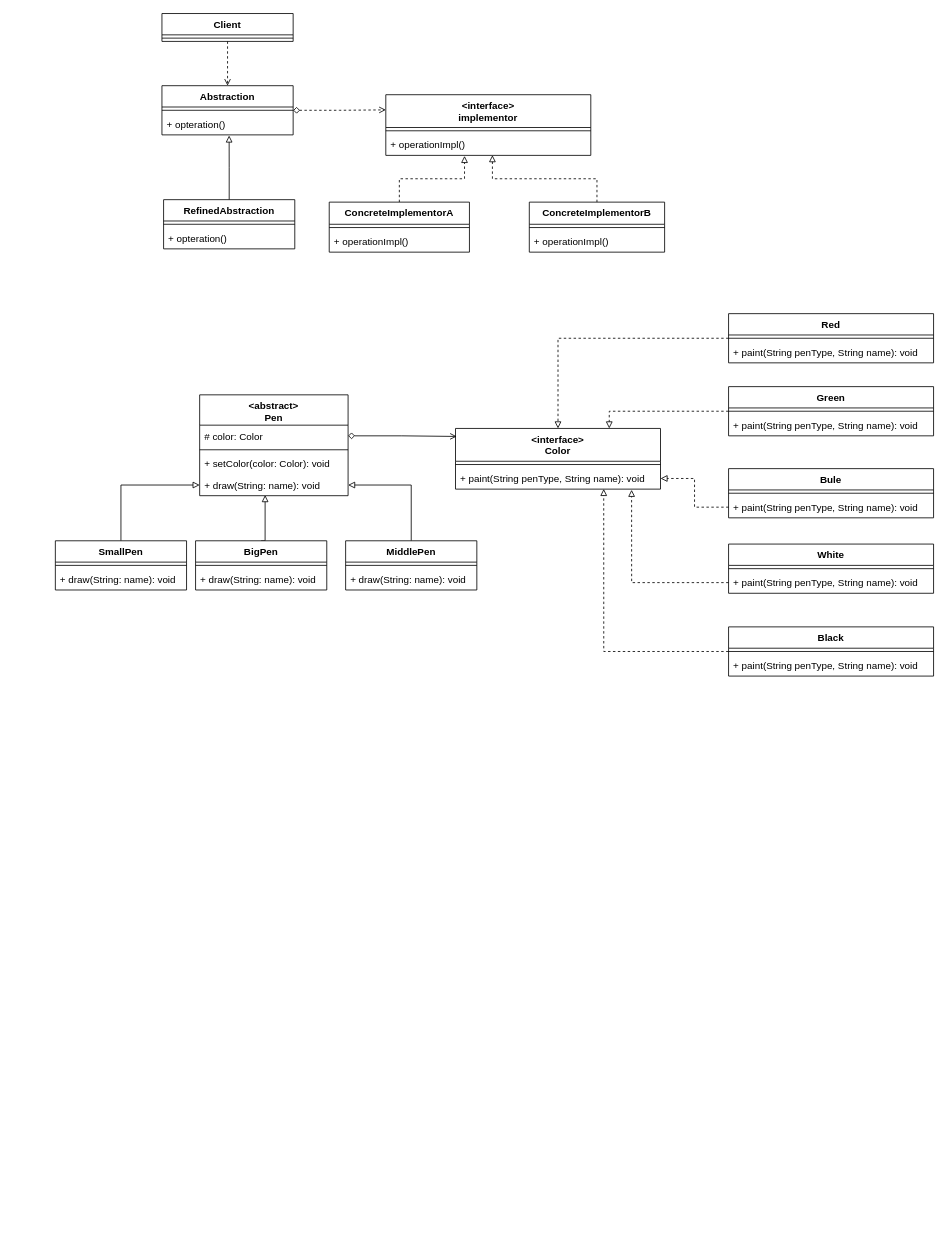
The draw.io diagram page "桥接模式" (2 of 7) of source/_posts/designMode/draw/结构型模式.drawio in xiaou66/xiaou66-xiaou_blog, before the edit. Source tidied: cells renumbered, new cells numbered last; positions are measured from the earlier drawing's top-left corner, leaving out a move shared by most shapes. Both pictures are drawn from the tidied source at 82%, with x=0, y=0 at pixel (55, 13).
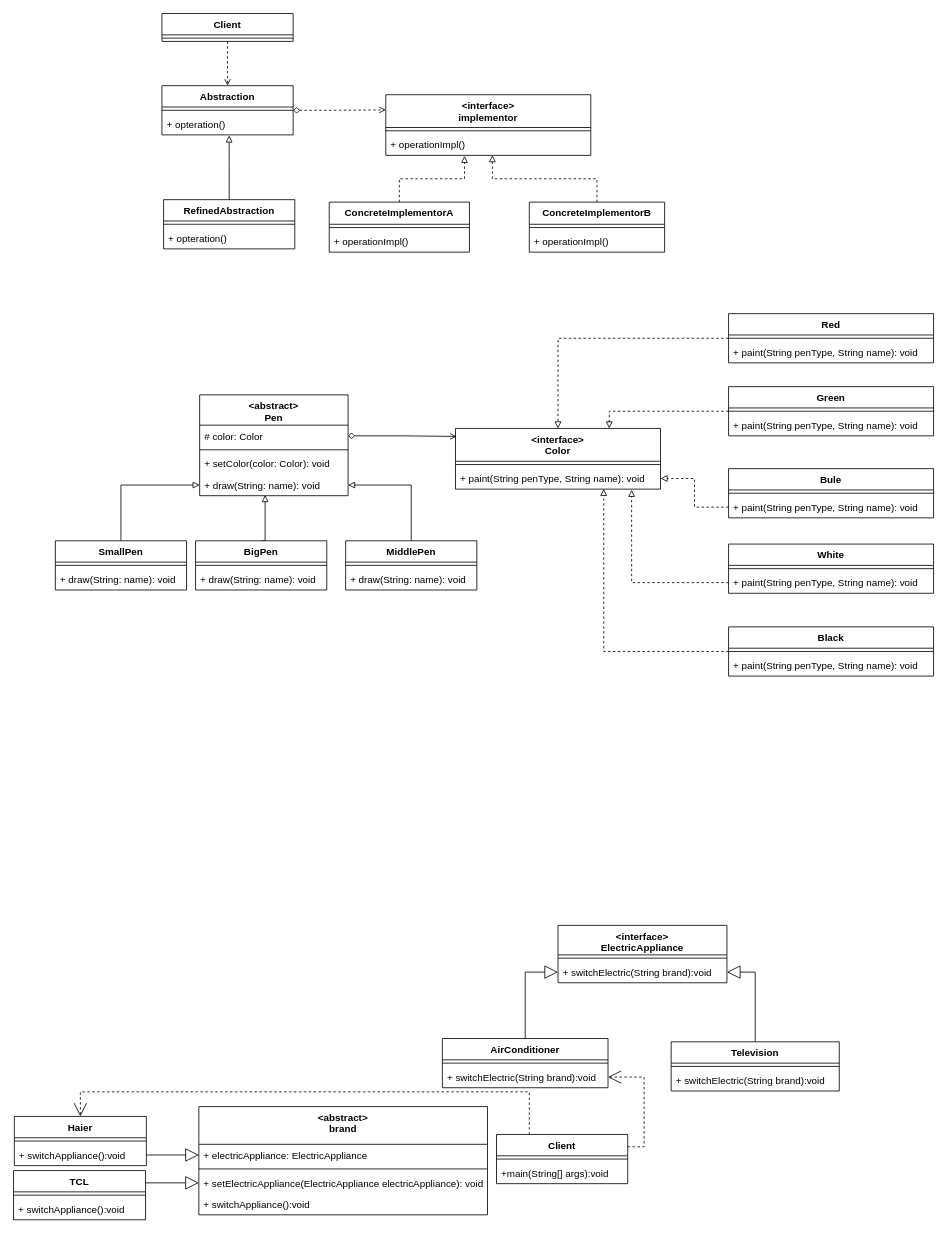
After the change.

The edit, as a diff of the source:
```diff
@@
+    <mxCell id="65" value="&lt;abstract&gt;&#10;brand" style="swimlane;fontStyle=1;align=center;verticalAlign=top;horizontal=1;startSize=46;hachureGap=4;" parent="1" vertex="1">
+      <mxGeometry x="175" y="1333" width="352" height="132" as="geometry" />
+    </mxCell>
+    <mxCell id="66" value="+ electricAppliance: ElectricAppliance" style="text;strokeColor=none;fillColor=none;align=left;verticalAlign=top;spacingLeft=4;spacingRight=4;overflow=hidden;points=[[0,0.5],[1,0.5]];portConstraint=eastwest;" parent="65" vertex="1">
+      <mxGeometry y="46" width="352" height="26" as="geometry" />
+    </mxCell>
+    <mxCell id="67" style="line;strokeWidth=1;fillColor=none;align=left;verticalAlign=middle;spacingTop=-1;spacingLeft=3;spacingRight=3;labelPosition=right;" parent="65" vertex="1">
+      <mxGeometry y="72" width="352" height="8" as="geometry" />
+    </mxCell>
+    <mxCell id="68" value="+ setElectricAppliance(ElectricAppliance electricAppliance): void" style="text;strokeColor=none;fillColor=none;align=left;verticalAlign=top;spacingLeft=4;spacingRight=4;overflow=hidden;points=[[0,0.5],[1,0.5]];portConstraint=eastwest;" parent="65" vertex="1">
+      <mxGeometry y="80" width="352" height="26" as="geometry" />
+    </mxCell>
+    <mxCell id="69" value="+ switchAppliance():void" style="text;strokeColor=none;fillColor=none;align=left;verticalAlign=top;spacingLeft=4;spacingRight=4;overflow=hidden;" parent="65" vertex="1">
+      <mxGeometry y="106" width="352" height="26" as="geometry" />
+    </mxCell>
+    <mxCell id="70" value="&lt;interface&gt;&#10;ElectricAppliance" style="swimlane;fontStyle=1;align=center;verticalAlign=top;horizontal=1;startSize=36;hachureGap=4;" parent="1" vertex="1">
+      <mxGeometry x="613" y="1112" width="206" height="70" as="geometry" />
+    </mxCell>
+    <mxCell id="71" style="line;strokeWidth=1;fillColor=none;align=left;verticalAlign=middle;spacingTop=-1;spacingLeft=3;spacingRight=3;labelPosition=right;" parent="70" vertex="1">
+      <mxGeometry y="36" width="206" height="8" as="geometry" />
+    </mxCell>
+    <mxCell id="72" value="+ switchElectric(String brand):void" style="text;strokeColor=none;fillColor=none;align=left;verticalAlign=top;spacingLeft=4;spacingRight=4;overflow=hidden;points=[[0,0.5],[1,0.5]];portConstraint=eastwest;" parent="70" vertex="1">
+      <mxGeometry y="44" width="206" height="26" as="geometry" />
+    </mxCell>
+    <mxCell id="73" value="Haier" style="swimlane;fontStyle=1;align=center;verticalAlign=top;horizontal=1;startSize=26;hachureGap=4;" parent="1" vertex="1">
+      <mxGeometry x="-50" y="1345" width="161" height="60" as="geometry" />
+    </mxCell>
+    <mxCell id="74" style="line;strokeWidth=1;fillColor=none;align=left;verticalAlign=middle;spacingTop=-1;spacingLeft=3;spacingRight=3;labelPosition=right;" parent="73" vertex="1">
+      <mxGeometry y="26" width="161" height="8" as="geometry" />
+    </mxCell>
+    <mxCell id="75" value="+ switchAppliance():void" style="text;strokeColor=none;fillColor=none;align=left;verticalAlign=top;spacingLeft=4;spacingRight=4;overflow=hidden;points=[[0,0.5],[1,0.5]];portConstraint=eastwest;" parent="73" vertex="1">
+      <mxGeometry y="34" width="161" height="26" as="geometry" />
+    </mxCell>
+    <mxCell id="76" style="edgeStyle=orthogonalEdgeStyle;rounded=0;jettySize=auto;html=1;exitX=1;exitY=0.5;exitDx=0;exitDy=0;entryX=0;entryY=0.5;entryDx=0;entryDy=0;endArrow=block;endFill=0;startSize=14;endSize=14;sourcePerimeterSpacing=8;targetPerimeterSpacing=8;" parent="1" edge="1" source="75" target="66">
+      <mxGeometry relative="1" as="geometry" />
+    </mxCell>
+    <mxCell id="77" style="edgeStyle=orthogonalEdgeStyle;rounded=0;jettySize=auto;html=1;exitX=1;exitY=0.25;exitDx=0;exitDy=0;endArrow=block;endFill=0;startSize=14;endSize=14;sourcePerimeterSpacing=8;targetPerimeterSpacing=8;entryX=0;entryY=0.5;entryDx=0;entryDy=0;" parent="1" edge="1" source="78" target="68">
+      <mxGeometry relative="1" as="geometry" />
+    </mxCell>
+    <mxCell id="78" value="TCL" style="swimlane;fontStyle=1;align=center;verticalAlign=top;horizontal=1;startSize=26;hachureGap=4;" parent="1" vertex="1">
+      <mxGeometry x="-51" y="1411" width="161" height="60" as="geometry" />
+    </mxCell>
+    <mxCell id="79" style="line;strokeWidth=1;fillColor=none;align=left;verticalAlign=middle;spacingTop=-1;spacingLeft=3;spacingRight=3;labelPosition=right;" parent="78" vertex="1">
+      <mxGeometry y="26" width="161" height="8" as="geometry" />
+    </mxCell>
+    <mxCell id="80" value="+ switchAppliance():void" style="text;strokeColor=none;fillColor=none;align=left;verticalAlign=top;spacingLeft=4;spacingRight=4;overflow=hidden;" parent="78" vertex="1">
+      <mxGeometry y="34" width="161" height="26" as="geometry" />
+    </mxCell>
+    <mxCell id="81" style="edgeStyle=orthogonalEdgeStyle;rounded=0;jettySize=auto;html=1;exitX=0.5;exitY=0;exitDx=0;exitDy=0;endArrow=block;endFill=0;startSize=14;endSize=14;sourcePerimeterSpacing=8;targetPerimeterSpacing=8;entryX=0;entryY=0.5;entryDx=0;entryDy=0;" parent="1" edge="1" source="82" target="72">
+      <mxGeometry relative="1" as="geometry" />
+    </mxCell>
+    <mxCell id="82" value="AirConditioner" style="swimlane;fontStyle=1;align=center;verticalAlign=top;horizontal=1;startSize=26;hachureGap=4;" parent="1" vertex="1">
+      <mxGeometry x="472" y="1250" width="202" height="60" as="geometry" />
+    </mxCell>
+    <mxCell id="83" style="line;strokeWidth=1;fillColor=none;align=left;verticalAlign=middle;spacingTop=-1;spacingLeft=3;spacingRight=3;labelPosition=right;" parent="82" vertex="1">
+      <mxGeometry y="26" width="202" height="8" as="geometry" />
+    </mxCell>
+    <mxCell id="84" value="+ switchElectric(String brand):void" style="text;strokeColor=none;fillColor=none;align=left;verticalAlign=top;spacingLeft=4;spacingRight=4;overflow=hidden;points=[[0,0.5],[1,0.5]];portConstraint=eastwest;" parent="82" vertex="1">
+      <mxGeometry y="34" width="202" height="26" as="geometry" />
+    </mxCell>
+    <mxCell id="85" style="edgeStyle=orthogonalEdgeStyle;rounded=0;jettySize=auto;html=1;exitX=0.5;exitY=0;exitDx=0;exitDy=0;entryX=1;entryY=0.5;entryDx=0;entryDy=0;endArrow=block;endFill=0;startSize=14;endSize=14;sourcePerimeterSpacing=8;targetPerimeterSpacing=8;" parent="1" edge="1" source="86" target="72">
+      <mxGeometry relative="1" as="geometry" />
+    </mxCell>
+    <mxCell id="86" value="Television" style="swimlane;fontStyle=1;align=center;verticalAlign=top;horizontal=1;startSize=26;hachureGap=4;" parent="1" vertex="1">
+      <mxGeometry x="751" y="1254" width="205" height="60" as="geometry" />
+    </mxCell>
+    <mxCell id="87" style="line;strokeWidth=1;fillColor=none;align=left;verticalAlign=middle;spacingTop=-1;spacingLeft=3;spacingRight=3;labelPosition=right;" parent="86" vertex="1">
+      <mxGeometry y="26" width="205" height="8" as="geometry" />
+    </mxCell>
+    <mxCell id="88" value="+ switchElectric(String brand):void" style="text;strokeColor=none;fillColor=none;align=left;verticalAlign=top;spacingLeft=4;spacingRight=4;overflow=hidden;" parent="86" vertex="1">
+      <mxGeometry y="34" width="205" height="26" as="geometry" />
+    </mxCell>
+    <mxCell id="89" style="edgeStyle=orthogonalEdgeStyle;rounded=0;jettySize=auto;html=1;exitX=0.25;exitY=0;exitDx=0;exitDy=0;entryX=0.5;entryY=0;entryDx=0;entryDy=0;dashed=1;endArrow=open;endFill=0;startSize=14;endSize=14;sourcePerimeterSpacing=8;targetPerimeterSpacing=8;" parent="1" edge="1" source="91" target="73">
+      <mxGeometry relative="1" as="geometry" />
+    </mxCell>
+    <mxCell id="90" style="edgeStyle=orthogonalEdgeStyle;rounded=0;jettySize=auto;html=1;exitX=1;exitY=0.25;exitDx=0;exitDy=0;entryX=1;entryY=0.5;entryDx=0;entryDy=0;dashed=1;endArrow=open;endFill=0;startSize=14;endSize=14;sourcePerimeterSpacing=8;targetPerimeterSpacing=8;" parent="1" edge="1" source="91" target="84">
+      <mxGeometry relative="1" as="geometry" />
+    </mxCell>
+    <mxCell id="91" value="Client" style="swimlane;fontStyle=1;align=center;verticalAlign=top;horizontal=1;startSize=26;hachureGap=4;" parent="1" vertex="1">
+      <mxGeometry x="538" y="1367" width="160" height="60" as="geometry" />
+    </mxCell>
+    <mxCell id="92" style="line;strokeWidth=1;fillColor=none;align=left;verticalAlign=middle;spacingTop=-1;spacingLeft=3;spacingRight=3;labelPosition=right;" parent="91" vertex="1">
+      <mxGeometry y="26" width="160" height="8" as="geometry" />
+    </mxCell>
+    <mxCell id="93" value="+main(String[] args):void" style="text;strokeColor=none;fillColor=none;align=left;verticalAlign=top;spacingLeft=4;spacingRight=4;overflow=hidden;" parent="91" vertex="1">
+      <mxGeometry y="34" width="160" height="26" as="geometry" />
+    </mxCell>
```
